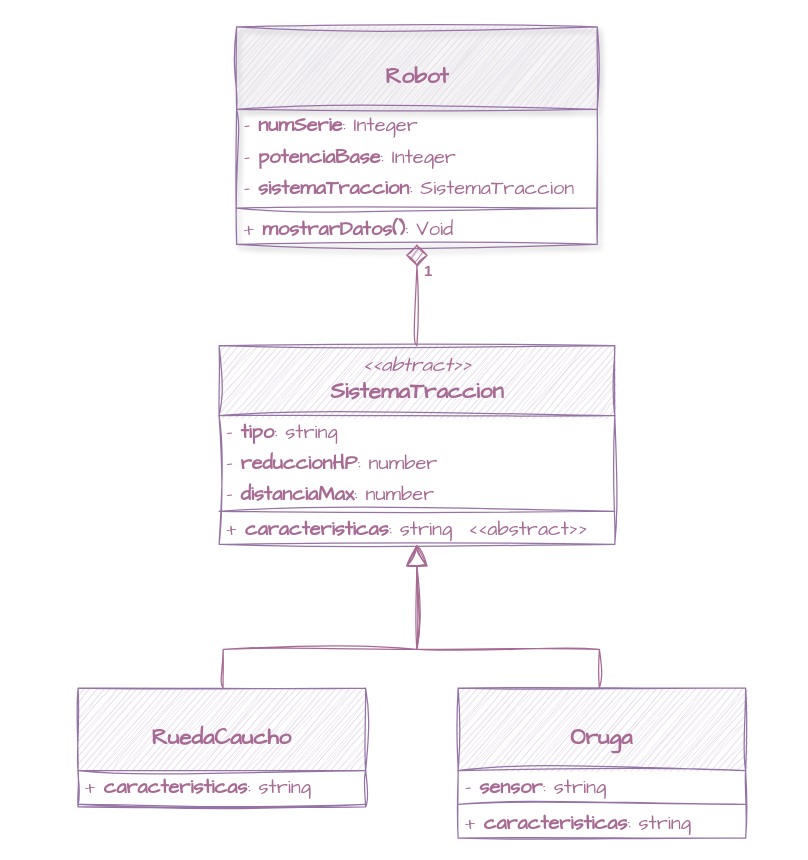
The draw.io diagram bootsrap/src/Ejercicios POO/13_robot/13_robot.drawio in Elianayc/Typescript, before the edit. Source tidied: cells renumbered, new cells numbered last; positions are measured from the earlier drawing's top-left corner, leaving out a move shared by most shapes. Both pictures are drawn from the tidied source at 125%, with x=0, y=0 at pixel (78, 26).
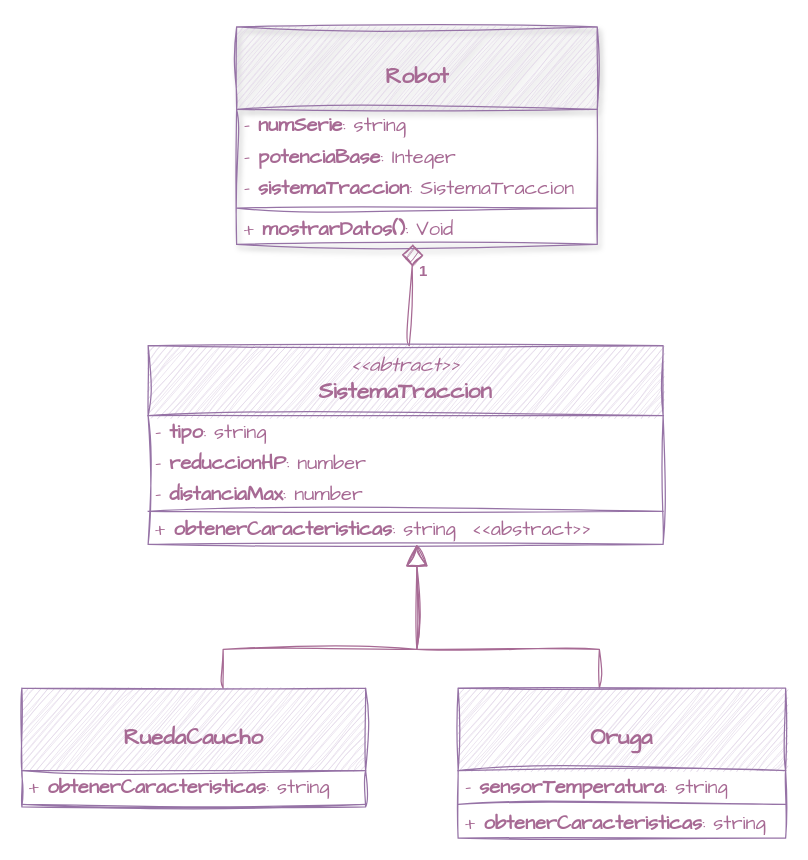
The same page after the edit.

Unchanged cells that the change refers to:
```xml
<mxCell id="2" value="&lt;font style=&quot;font-size: 18px;&quot;&gt;&lt;br&gt;&lt;/font&gt;&lt;div&gt;&lt;span style=&quot;font-size: 18px;&quot;&gt;&lt;b&gt;Robot&lt;/b&gt;&lt;/span&gt;&lt;/div&gt;" style="swimlane;fontStyle=0;align=center;verticalAlign=top;horizontal=1;startSize=66;html=1;whiteSpace=wrap;sketch=1;hachureGap=4;jiggle=2;curveFitting=1;strokeColor=#9673A6;fontFamily=Architects Daughter;fontSize=16;fontColor=#A76A94;fillColor=#e1d5e7;shadow=1;" parent="1" vertex="1">
  <mxGeometry x="126.8" width="288.5" height="174" as="geometry" />
</mxCell>
```

What changed in the source:
```diff
@@
-    <mxCell id="3" value="- &lt;b&gt;numSerie&lt;/b&gt;: Integer" style="text;html=1;strokeColor=none;fillColor=none;align=left;verticalAlign=middle;spacingLeft=4;spacingRight=4;overflow=hidden;whiteSpace=wrap;fontFamily=Architects Daughter;fontSize=16;fontColor=#A76A94;fontStyle=0;horizontal=1;" parent="2" vertex="1">
+    <mxCell id="3" value="- &lt;b&gt;numSerie&lt;/b&gt;: string" style="text;html=1;strokeColor=none;fillColor=none;align=left;verticalAlign=middle;spacingLeft=4;spacingRight=4;overflow=hidden;whiteSpace=wrap;fontFamily=Architects Daughter;fontSize=16;fontColor=#A76A94;fontStyle=0;horizontal=1;" parent="2" vertex="1">
       <mxGeometry y="66" width="288.5" height="25" as="geometry" />
     </mxCell>
@@
     <mxCell id="9" value="&lt;font&gt;&lt;i style=&quot;&quot;&gt;&amp;lt;&amp;lt;abtract&amp;gt;&amp;gt;&lt;br&gt;&lt;/i&gt;&lt;/font&gt;&lt;div&gt;&lt;span style=&quot;font-size: 18px;&quot;&gt;&lt;b&gt;SistemaTraccion&lt;/b&gt;&lt;/span&gt;&lt;/div&gt;" style="swimlane;fontStyle=0;align=center;verticalAlign=top;horizontal=1;startSize=56;html=1;whiteSpace=wrap;sketch=1;hachureGap=4;jiggle=2;curveFitting=1;strokeColor=#9673A6;fontFamily=Architects Daughter;fontSize=16;fontColor=#A76A94;fillColor=#e1d5e7;" parent="1" vertex="1">
-      <mxGeometry x="112.8" y="255" width="316.5" height="159" as="geometry" />
+      <mxGeometry x="56" y="255" width="412" height="159" as="geometry" />
     </mxCell>
     <mxCell id="10" value="- &lt;b&gt;tipo&lt;/b&gt;: string" style="text;html=1;strokeColor=none;fillColor=none;align=left;verticalAlign=middle;spacingLeft=4;spacingRight=4;overflow=hidden;whiteSpace=wrap;fontFamily=Architects Daughter;fontSize=16;fontColor=#A76A94;fontStyle=0;horizontal=1;" parent="9" vertex="1">
-      <mxGeometry y="56" width="316.5" height="25" as="geometry" />
+      <mxGeometry y="56" width="412" height="25" as="geometry" />
     </mxCell>
     <mxCell id="11" value="- &lt;b&gt;reduccionHP&lt;/b&gt;: number" style="text;html=1;strokeColor=none;fillColor=none;align=left;verticalAlign=middle;spacingLeft=4;spacingRight=4;overflow=hidden;whiteSpace=wrap;fontFamily=Architects Daughter;fontSize=16;fontColor=#A76A94;fontStyle=0;horizontal=1;" parent="9" vertex="1">
-      <mxGeometry y="81" width="316.5" height="25" as="geometry" />
+      <mxGeometry y="81" width="412" height="25" as="geometry" />
     </mxCell>
     <mxCell id="12" value="- &lt;b&gt;distanciaMax&lt;/b&gt;: number" style="text;html=1;strokeColor=none;fillColor=none;align=left;verticalAlign=middle;spacingLeft=4;spacingRight=4;overflow=hidden;whiteSpace=wrap;fontFamily=Architects Daughter;fontSize=16;fontColor=#A76A94;fontStyle=0;horizontal=1;" parent="9" vertex="1">
-      <mxGeometry y="106" width="316.5" height="25" as="geometry" />
+      <mxGeometry y="106" width="412" height="25" as="geometry" />
     </mxCell>
     <mxCell id="13" style="line;strokeWidth=1;fillColor=none;align=left;verticalAlign=middle;spacingTop=-1;spacingLeft=3;spacingRight=3;labelPosition=right;sketch=1;hachureGap=4;jiggle=2;curveFitting=1;strokeColor=#9673A6;fontFamily=Architects Daughter;fontSize=16;fontColor=#A76A94;fontStyle=0;horizontal=1;" parent="9" vertex="1">
-      <mxGeometry y="131" width="316.5" height="3" as="geometry" />
+      <mxGeometry y="131" width="412" height="3" as="geometry" />
     </mxCell>
-    <mxCell id="14" value="+&amp;nbsp;&lt;b style=&quot;background-color: transparent; color: light-dark(rgb(167, 106, 148), rgb(171, 119, 155));&quot;&gt;caracteristicas&lt;/b&gt;&lt;span style=&quot;background-color: transparent; color: light-dark(rgb(167, 106, 148), rgb(171, 119, 155));&quot;&gt;: string&amp;nbsp;&lt;/span&gt;&amp;nbsp;&amp;lt;&amp;lt;abstract&amp;gt;&amp;gt;&amp;nbsp;" style="text;html=1;strokeColor=none;fillColor=none;align=left;verticalAlign=middle;spacingLeft=4;spacingRight=4;overflow=hidden;whiteSpace=wrap;fontFamily=Architects Daughter;fontSize=16;fontColor=#A76A94;fontStyle=0;horizontal=1;" parent="9" vertex="1">
-      <mxGeometry y="134" width="316.5" height="25" as="geometry" />
+    <mxCell id="14" value="+ &lt;b&gt;obtenerC&lt;span style=&quot;background-color: transparent; color: light-dark(rgb(167, 106, 148), rgb(171, 119, 155));&quot;&gt;aracteristicas&lt;/span&gt;&lt;/b&gt;&lt;span style=&quot;background-color: transparent; color: light-dark(rgb(167, 106, 148), rgb(171, 119, 155));&quot;&gt;: string&amp;nbsp;&lt;/span&gt;&amp;nbsp;&amp;lt;&amp;lt;abstract&amp;gt;&amp;gt;&amp;nbsp;" style="text;html=1;strokeColor=none;fillColor=none;align=left;verticalAlign=middle;spacingLeft=4;spacingRight=4;overflow=hidden;whiteSpace=wrap;fontFamily=Architects Daughter;fontSize=16;fontColor=#A76A94;fontStyle=0;horizontal=1;" parent="9" vertex="1">
+      <mxGeometry y="134" width="412" height="25" as="geometry" />
     </mxCell>
@@
     <mxCell id="18" value="&lt;font style=&quot;font-size: 18px;&quot;&gt;&lt;br&gt;&lt;/font&gt;&lt;div&gt;&lt;span style=&quot;font-size: 18px;&quot;&gt;&lt;b&gt;Oruga&lt;/b&gt;&lt;/span&gt;&lt;/div&gt;" style="swimlane;fontStyle=0;align=center;verticalAlign=top;horizontal=1;startSize=66;html=1;whiteSpace=wrap;sketch=1;hachureGap=4;jiggle=2;curveFitting=1;strokeColor=#9673A6;fontFamily=Architects Daughter;fontSize=16;fontColor=#A76A94;fillColor=#e1d5e7;" parent="1" vertex="1">
-      <mxGeometry x="304" y="529" width="230" height="120" as="geometry" />
+      <mxGeometry x="304" y="529" width="262" height="120" as="geometry" />
     </mxCell>
-    <mxCell id="19" value="-&lt;b&gt; sensor&lt;/b&gt;: string" style="text;html=1;strokeColor=none;fillColor=none;align=left;verticalAlign=middle;spacingLeft=4;spacingRight=4;overflow=hidden;whiteSpace=wrap;fontFamily=Architects Daughter;fontSize=16;fontColor=#A76A94;fontStyle=0;horizontal=1;" parent="18" vertex="1">
-      <mxGeometry y="66" width="230" height="25" as="geometry" />
+    <mxCell id="19" value="-&lt;b&gt; sensorTemperatura&lt;/b&gt;: string" style="text;html=1;strokeColor=none;fillColor=none;align=left;verticalAlign=middle;spacingLeft=4;spacingRight=4;overflow=hidden;whiteSpace=wrap;fontFamily=Architects Daughter;fontSize=16;fontColor=#A76A94;fontStyle=0;horizontal=1;" parent="18" vertex="1">
+      <mxGeometry y="66" width="262" height="25" as="geometry" />
     </mxCell>
     <mxCell id="20" style="line;strokeWidth=1;fillColor=none;align=left;verticalAlign=middle;spacingTop=-1;spacingLeft=3;spacingRight=3;labelPosition=right;sketch=1;hachureGap=4;jiggle=2;curveFitting=1;strokeColor=#9673A6;fontFamily=Architects Daughter;fontSize=16;fontColor=#A76A94;fontStyle=0;horizontal=1;" parent="18" vertex="1">
-      <mxGeometry y="91" width="230" height="4" as="geometry" />
+      <mxGeometry y="91" width="262" height="4" as="geometry" />
     </mxCell>
-    <mxCell id="21" value="+ &lt;b style=&quot;background-color: transparent; color: light-dark(rgb(167, 106, 148), rgb(171, 119, 155));&quot;&gt;caracteristicas&lt;/b&gt;&lt;span style=&quot;background-color: transparent; color: light-dark(rgb(167, 106, 148), rgb(171, 119, 155));&quot;&gt;: string&amp;nbsp;&lt;/span&gt;" style="text;html=1;strokeColor=none;fillColor=none;align=left;verticalAlign=middle;spacingLeft=4;spacingRight=4;overflow=hidden;whiteSpace=wrap;fontFamily=Architects Daughter;fontSize=16;fontColor=#A76A94;fontStyle=0;horizontal=1;" parent="18" vertex="1">
-      <mxGeometry y="95" width="230" height="25" as="geometry" />
+    <mxCell id="21" value="+ &lt;b&gt;&lt;font style=&quot;color: rgb(167, 106, 148);&quot;&gt;obtenerC&lt;span style=&quot;background-color: transparent;&quot;&gt;aracteristicas&lt;/span&gt;&lt;/font&gt;&lt;/b&gt;&lt;span style=&quot;background-color: transparent; color: light-dark(rgb(167, 106, 148), rgb(171, 119, 155));&quot;&gt;: string&amp;nbsp;&lt;/span&gt;" style="text;html=1;strokeColor=none;fillColor=none;align=left;verticalAlign=middle;spacingLeft=4;spacingRight=4;overflow=hidden;whiteSpace=wrap;fontFamily=Architects Daughter;fontSize=16;fontColor=#A76A94;fontStyle=0;horizontal=1;" parent="18" vertex="1">
+      <mxGeometry y="95" width="262" height="25" as="geometry" />
     </mxCell>
     <mxCell id="22" value="&lt;font style=&quot;font-size: 18px;&quot;&gt;&lt;br&gt;&lt;/font&gt;&lt;div&gt;&lt;span style=&quot;font-size: 18px;&quot;&gt;&lt;b&gt;RuedaCaucho&lt;/b&gt;&lt;/span&gt;&lt;/div&gt;" style="swimlane;fontStyle=0;align=center;verticalAlign=top;horizontal=1;startSize=66;html=1;whiteSpace=wrap;sketch=1;hachureGap=4;jiggle=2;curveFitting=1;strokeColor=#9673A6;fontFamily=Architects Daughter;fontSize=16;fontColor=#A76A94;fillColor=#e1d5e7;" parent="1" vertex="1">
-      <mxGeometry y="529" width="230" height="95" as="geometry" />
+      <mxGeometry x="-45" y="529" width="275" height="95" as="geometry" />
     </mxCell>
-    <mxCell id="23" value="+ &lt;b style=&quot;background-color: transparent; color: light-dark(rgb(167, 106, 148), rgb(171, 119, 155));&quot;&gt;caracteristicas&lt;/b&gt;&lt;span style=&quot;background-color: transparent; color: light-dark(rgb(167, 106, 148), rgb(171, 119, 155));&quot;&gt;: string&amp;nbsp;&lt;/span&gt;" style="text;html=1;strokeColor=none;fillColor=none;align=left;verticalAlign=middle;spacingLeft=4;spacingRight=4;overflow=hidden;whiteSpace=wrap;fontFamily=Architects Daughter;fontSize=16;fontColor=#A76A94;fontStyle=0;horizontal=1;" parent="22" vertex="1">
-      <mxGeometry y="66" width="230" height="25" as="geometry" />
+    <mxCell id="23" value="+ &lt;b&gt;obtenerC&lt;span style=&quot;background-color: transparent; color: light-dark(rgb(167, 106, 148), rgb(171, 119, 155));&quot;&gt;aracteristicas&lt;/span&gt;&lt;/b&gt;&lt;span style=&quot;background-color: transparent; color: light-dark(rgb(167, 106, 148), rgb(171, 119, 155));&quot;&gt;: string&amp;nbsp;&lt;/span&gt;" style="text;html=1;strokeColor=none;fillColor=none;align=left;verticalAlign=middle;spacingLeft=4;spacingRight=4;overflow=hidden;whiteSpace=wrap;fontFamily=Architects Daughter;fontSize=16;fontColor=#A76A94;fontStyle=0;horizontal=1;" parent="22" vertex="1">
+      <mxGeometry y="66" width="275" height="25" as="geometry" />
     </mxCell>
     <mxCell id="24" style="line;strokeWidth=1;fillColor=none;align=left;verticalAlign=middle;spacingTop=-1;spacingLeft=3;spacingRight=3;labelPosition=right;sketch=1;hachureGap=4;jiggle=2;curveFitting=1;strokeColor=#9673A6;fontFamily=Architects Daughter;fontSize=16;fontColor=#A76A94;fontStyle=0;horizontal=1;" parent="22" vertex="1">
-      <mxGeometry y="91" width="230" height="4" as="geometry" />
+      <mxGeometry y="91" width="275" height="4" as="geometry" />
     </mxCell>
```
